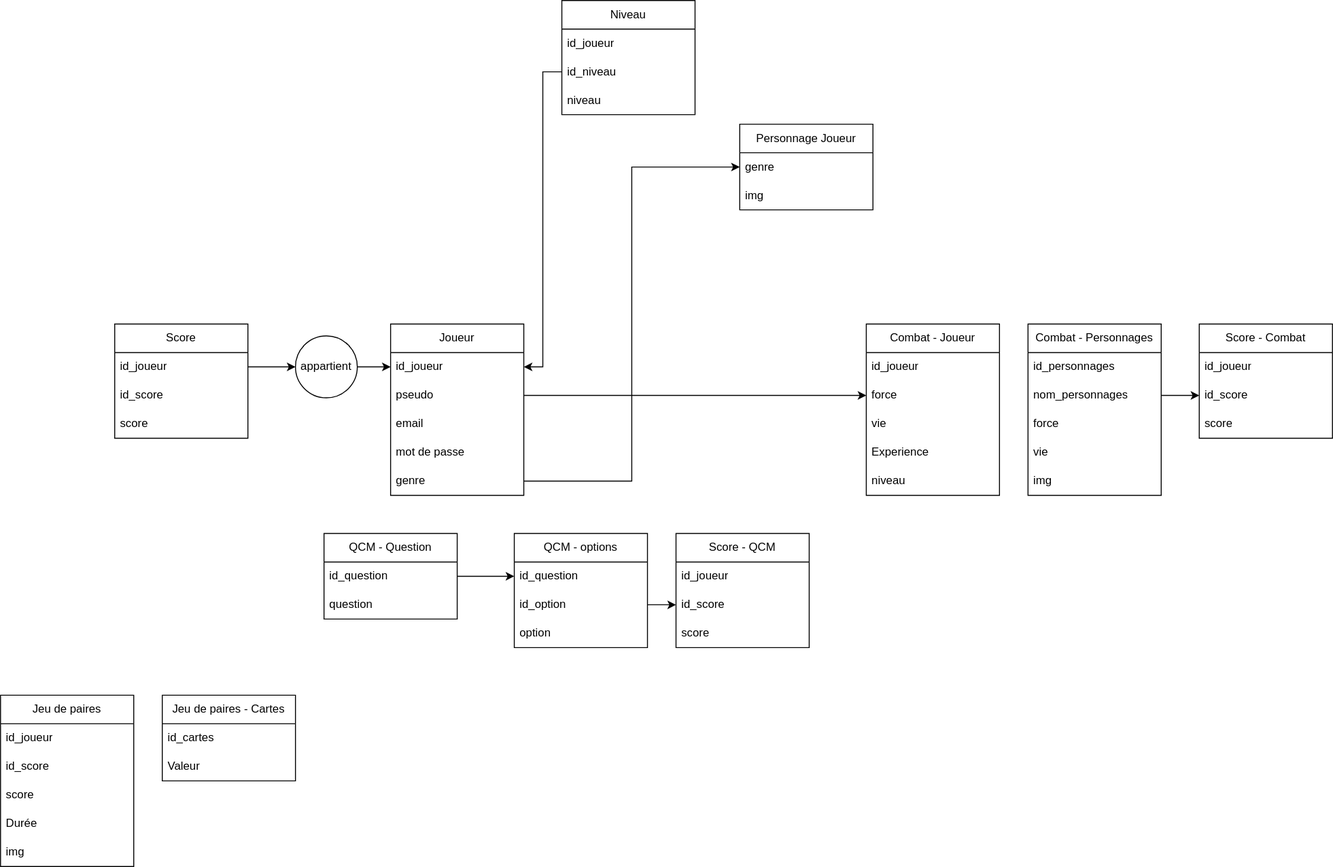
Earlier version of the draw.io export BDD.svg (Oreki2004/Projet-Final-6TTSI). Source tidied: cells renumbered, new cells last; positions are measured from the earlier drawing's top-left corner, leaving out a move shared by most shapes.
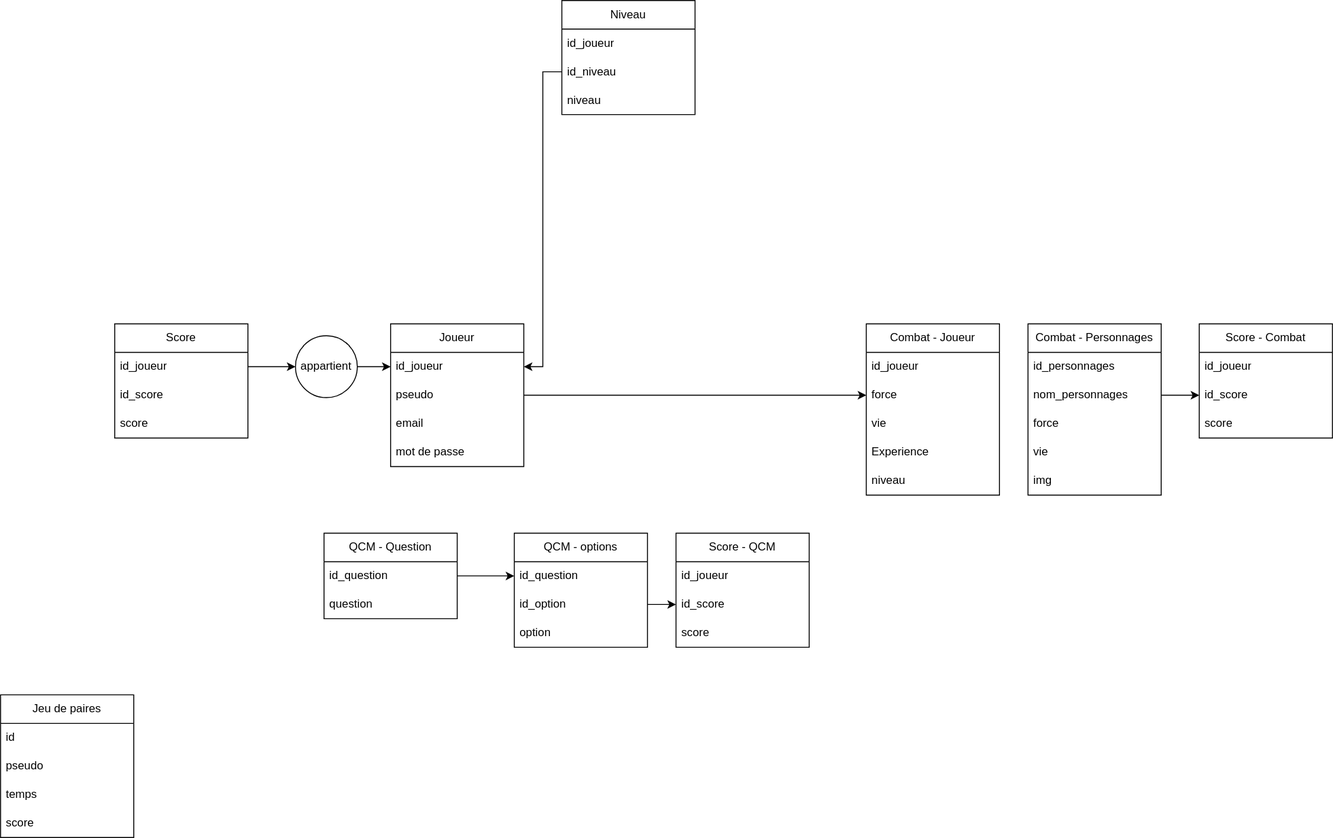
Above is the later version.

The edit, as a diff of the source:
```diff
@@ -15,7 +15,7 @@
       <mxGeometry y="90" width="140" height="30" as="geometry" />
     </mxCell>
     <mxCell id="6" value="Joueur" style="swimlane;fontStyle=0;horizontal=1;startSize=30;whiteSpace=wrap;html=1;" parent="1" vertex="1">
-      <mxGeometry x="410" y="340" width="140" height="180" as="geometry" />
+      <mxGeometry x="410" y="340" width="140" height="150" as="geometry" />
     </mxCell>
     <mxCell id="7" value="id_joueur" style="text;strokeColor=none;fillColor=none;align=left;verticalAlign=middle;spacingLeft=4;spacingRight=4;overflow=hidden;points=[[0,0.5],[1,0.5]];portConstraint=eastwest;whiteSpace=wrap;html=1;" parent="6" vertex="1">
       <mxGeometry y="30" width="140" height="30" as="geometry" />
@@ -29,9 +29,6 @@
     <mxCell id="10" value="mot de passe" style="text;strokeColor=none;fillColor=none;align=left;verticalAlign=middle;spacingLeft=4;spacingRight=4;overflow=hidden;whiteSpace=wrap;html=1;" parent="6" vertex="1">
       <mxGeometry y="120" width="140" height="30" as="geometry" />
     </mxCell>
-    <mxCell id="11" value="genre" style="text;strokeColor=none;fillColor=none;align=left;verticalAlign=middle;spacingLeft=4;spacingRight=4;overflow=hidden;points=[[0,0.5],[1,0.5]];portConstraint=eastwest;whiteSpace=wrap;html=1;" parent="6" vertex="1">
-      <mxGeometry y="150" width="140" height="30" as="geometry" />
-    </mxCell>
     <mxCell id="12" value="Niveau" style="swimlane;fontStyle=0;horizontal=1;startSize=30;whiteSpace=wrap;html=1;" parent="1" vertex="1">
       <mxGeometry x="590" width="140" height="120" as="geometry" />
     </mxCell>
@@ -152,43 +149,19 @@
       <mxGeometry relative="1" as="geometry" />
     </mxCell>
     <mxCell id="51" value="Jeu de paires" style="swimlane;fontStyle=0;horizontal=1;startSize=30;whiteSpace=wrap;html=1;" parent="1" vertex="1">
-      <mxGeometry y="730" width="140" height="180" as="geometry" />
+      <mxGeometry y="730" width="140" height="150" as="geometry" />
     </mxCell>
+    <mxCell id="64" value="id" style="text;strokeColor=none;fillColor=none;align=left;verticalAlign=middle;spacingLeft=4;spacingRight=4;overflow=hidden;whiteSpace=wrap;html=1;" parent="51" vertex="1">
+      <mxGeometry y="30" width="140" height="30" as="geometry" />
+    </mxCell>
-    <mxCell id="52" value="id_joueur" style="text;strokeColor=none;fillColor=none;align=left;verticalAlign=middle;spacingLeft=4;spacingRight=4;overflow=hidden;whiteSpace=wrap;html=1;" parent="51" vertex="1">
-      <mxGeometry y="30" width="140" height="30" as="geometry" />
+    <mxCell id="52" value="pseudo" style="text;strokeColor=none;fillColor=none;align=left;verticalAlign=middle;spacingLeft=4;spacingRight=4;overflow=hidden;whiteSpace=wrap;html=1;" parent="51" vertex="1">
+      <mxGeometry y="60" width="140" height="30" as="geometry" />
     </mxCell>
-    <mxCell id="53" value="id_score" style="text;strokeColor=none;fillColor=none;align=left;verticalAlign=middle;spacingLeft=4;spacingRight=4;overflow=hidden;whiteSpace=wrap;html=1;" parent="51" vertex="1">
-      <mxGeometry y="60" width="140" height="30" as="geometry" />
-    </mxCell>
+    <mxCell id="55" value="temps" style="text;strokeColor=none;fillColor=none;align=left;verticalAlign=middle;spacingLeft=4;spacingRight=4;overflow=hidden;whiteSpace=wrap;html=1;" parent="51" vertex="1">
+      <mxGeometry y="90" width="140" height="30" as="geometry" />
+    </mxCell>
     <mxCell id="54" value="score" style="text;strokeColor=none;fillColor=none;align=left;verticalAlign=middle;spacingLeft=4;spacingRight=4;overflow=hidden;whiteSpace=wrap;html=1;" parent="51" vertex="1">
-      <mxGeometry y="90" width="140" height="30" as="geometry" />
+      <mxGeometry y="120" width="140" height="30" as="geometry" />
     </mxCell>
-    <mxCell id="55" value="Durée" style="text;strokeColor=none;fillColor=none;align=left;verticalAlign=middle;spacingLeft=4;spacingRight=4;overflow=hidden;whiteSpace=wrap;html=1;" parent="51" vertex="1">
-      <mxGeometry y="120" width="140" height="30" as="geometry" />
-    </mxCell>
-    <mxCell id="56" value="img" style="text;strokeColor=none;fillColor=none;align=left;verticalAlign=middle;spacingLeft=4;spacingRight=4;overflow=hidden;whiteSpace=wrap;html=1;" parent="51" vertex="1">
-      <mxGeometry y="150" width="140" height="30" as="geometry" />
-    </mxCell>
-    <mxCell id="57" value="Jeu de paires - Cartes" style="swimlane;fontStyle=0;horizontal=1;startSize=30;whiteSpace=wrap;html=1;" parent="1" vertex="1">
-      <mxGeometry x="170" y="730" width="140" height="90" as="geometry" />
-    </mxCell>
-    <mxCell id="58" value="id_cartes" style="text;strokeColor=none;fillColor=none;align=left;verticalAlign=middle;spacingLeft=4;spacingRight=4;overflow=hidden;whiteSpace=wrap;html=1;" parent="57" vertex="1">
-      <mxGeometry y="30" width="140" height="30" as="geometry" />
-    </mxCell>
-    <mxCell id="59" value="Valeur" style="text;strokeColor=none;fillColor=none;align=left;verticalAlign=middle;spacingLeft=4;spacingRight=4;overflow=hidden;whiteSpace=wrap;html=1;" parent="57" vertex="1">
-      <mxGeometry y="60" width="140" height="30" as="geometry" />
-    </mxCell>
-    <mxCell id="60" value="Personnage Joueur" style="swimlane;fontStyle=0;horizontal=1;startSize=30;whiteSpace=wrap;html=1;" parent="1" vertex="1">
-      <mxGeometry x="777" y="130" width="140" height="90" as="geometry" />
-    </mxCell>
-    <mxCell id="61" value="genre" style="text;strokeColor=none;fillColor=none;align=left;verticalAlign=middle;spacingLeft=4;spacingRight=4;overflow=hidden;points=[[0,0.5],[1,0.5]];portConstraint=eastwest;whiteSpace=wrap;html=1;" parent="60" vertex="1">
-      <mxGeometry y="30" width="140" height="30" as="geometry" />
-    </mxCell>
-    <mxCell id="62" value="img" style="text;strokeColor=none;fillColor=none;align=left;verticalAlign=middle;spacingLeft=4;spacingRight=4;overflow=hidden;whiteSpace=wrap;html=1;" parent="60" vertex="1">
-      <mxGeometry y="60" width="140" height="30" as="geometry" />
-    </mxCell>
-    <mxCell id="63" style="edgeStyle=orthogonalEdgeStyle;rounded=0;jettySize=auto;html=1;entryX=0;entryY=0.5;entryDx=0;entryDy=0;" parent="1" edge="1" source="11" target="61">
-      <mxGeometry relative="1" as="geometry" />
-    </mxCell>
   </root>
 </mxGraphModel>
```
